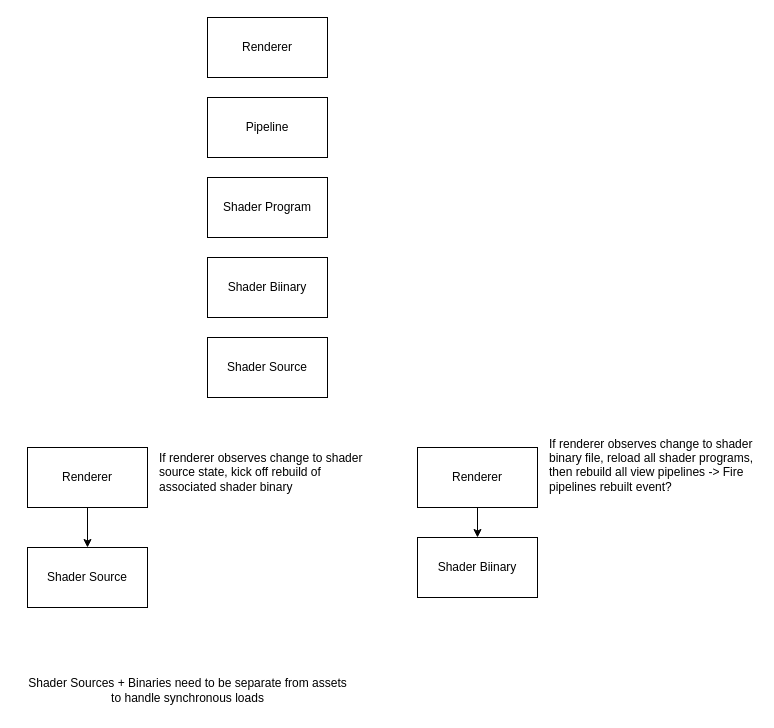
Above: docs/Renderer shader hot reload.drawio in tadgem/turas (draw.io), before the change. Source tidied: cells renumbered, new cells numbered last; positions are measured from the earlier drawing's top-left corner, leaving out a move shared by most shapes. Both pictures are drawn from the tidied source at 100%, with x=0, y=0 at pixel (17, 17).
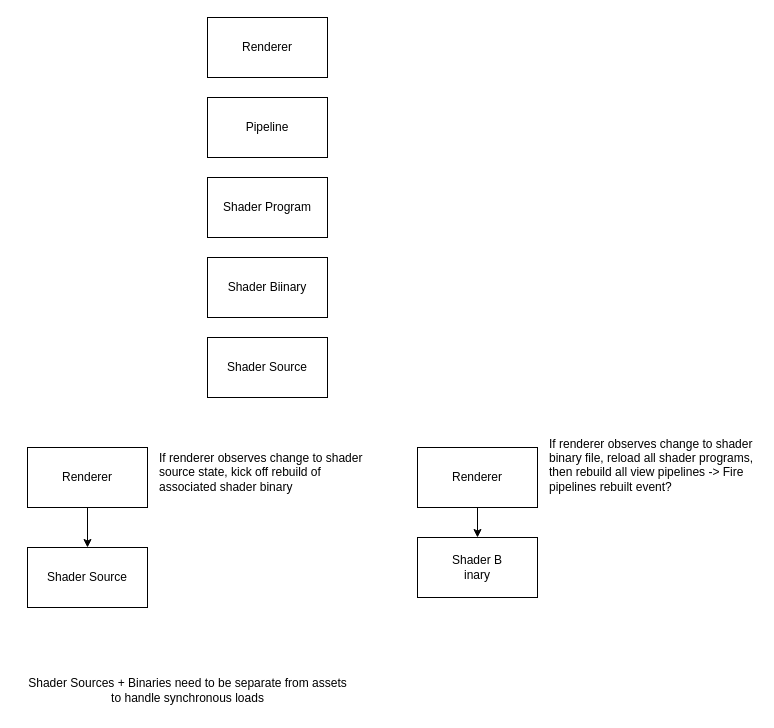
The same page after the edit.

Commit message (it also covers changes not shown here):
add efsw to submodules

Diff of the diagram source:
```diff
@@
 <mxGraphModel>
   <root>
     <mxCell id="0" />
     <mxCell id="1" parent="0" />
     <mxCell id="2" value="Shader Source" style="rounded=0;whiteSpace=wrap;html=1;" parent="1" vertex="1">
       <mxGeometry x="190" y="320" width="120" height="60" as="geometry" />
     </mxCell>
     <mxCell id="3" value="Shader Biinary" style="rounded=0;whiteSpace=wrap;html=1;" parent="1" vertex="1">
       <mxGeometry x="190" y="240" width="120" height="60" as="geometry" />
     </mxCell>
     <mxCell id="4" value="Pipeline" style="rounded=0;whiteSpace=wrap;html=1;" parent="1" vertex="1">
       <mxGeometry x="190" y="80" width="120" height="60" as="geometry" />
     </mxCell>
     <mxCell id="5" value="Renderer" style="rounded=0;whiteSpace=wrap;html=1;" parent="1" vertex="1">
       <mxGeometry x="190" width="120" height="60" as="geometry" />
     </mxCell>
     <mxCell id="6" style="edgeStyle=orthogonalEdgeStyle;rounded=0;jettySize=auto;html=1;exitX=0.5;exitY=1;exitDx=0;exitDy=0;entryX=0.5;entryY=0;entryDx=0;entryDy=0;" parent="1" edge="1" source="7" target="8">
       <mxGeometry relative="1" as="geometry" />
     </mxCell>
     <mxCell id="7" value="Renderer" style="rounded=0;whiteSpace=wrap;html=1;" parent="1" vertex="1">
       <mxGeometry x="10" y="430" width="120" height="60" as="geometry" />
     </mxCell>
     <mxCell id="8" value="Shader Source" style="rounded=0;whiteSpace=wrap;html=1;" parent="1" vertex="1">
       <mxGeometry x="10" y="530" width="120" height="60" as="geometry" />
     </mxCell>
     <mxCell id="9" value="If renderer observes change to shader source state, kick off rebuild of associated shader binary" style="text;html=1;align=left;verticalAlign=middle;whiteSpace=wrap;rounded=0;" parent="1" vertex="1">
       <mxGeometry x="140" y="440" width="210" height="30" as="geometry" />
     </mxCell>
     <mxCell id="10" style="edgeStyle=orthogonalEdgeStyle;rounded=0;jettySize=auto;html=1;exitX=0.5;exitY=1;exitDx=0;exitDy=0;" parent="1" edge="1" source="11" target="12">
       <mxGeometry relative="1" as="geometry" />
     </mxCell>
     <mxCell id="11" value="Renderer" style="rounded=0;whiteSpace=wrap;html=1;" parent="1" vertex="1">
       <mxGeometry x="400" y="430" width="120" height="60" as="geometry" />
     </mxCell>
-    <mxCell id="12" value="Shader Biinary" style="rounded=0;whiteSpace=wrap;html=1;" parent="1" vertex="1">
+    <mxCell id="12" value="Shader B&lt;div&gt;inary&lt;/div&gt;" style="rounded=0;whiteSpace=wrap;html=1;" parent="1" vertex="1">
       <mxGeometry x="400" y="520" width="120" height="60" as="geometry" />
     </mxCell>
     <mxCell id="13" value="If renderer observes change to shader binary file, reload all shader programs, then rebuild all view pipelines -&amp;gt; Fire pipelines rebuilt event?&lt;div&gt;&lt;br&gt;&lt;/div&gt;" style="text;html=1;align=left;verticalAlign=middle;whiteSpace=wrap;rounded=0;" parent="1" vertex="1">
       <mxGeometry x="530" y="440" width="210" height="30" as="geometry" />
     </mxCell>
     <mxCell id="14" value="Shader Program" style="rounded=0;whiteSpace=wrap;html=1;" parent="1" vertex="1">
       <mxGeometry x="190" y="160" width="120" height="60" as="geometry" />
     </mxCell>
     <mxCell id="15" value="Shader Sources + Binaries need to be separate from assets&lt;div&gt;to handle synchronous loads&lt;/div&gt;" style="text;html=1;align=center;verticalAlign=middle;strokeColor=none;fillColor=none;" parent="1" vertex="1">
       <mxGeometry y="653" width="340" height="40" as="geometry" />
     </mxCell>
   </root>
 </mxGraphModel>
```
